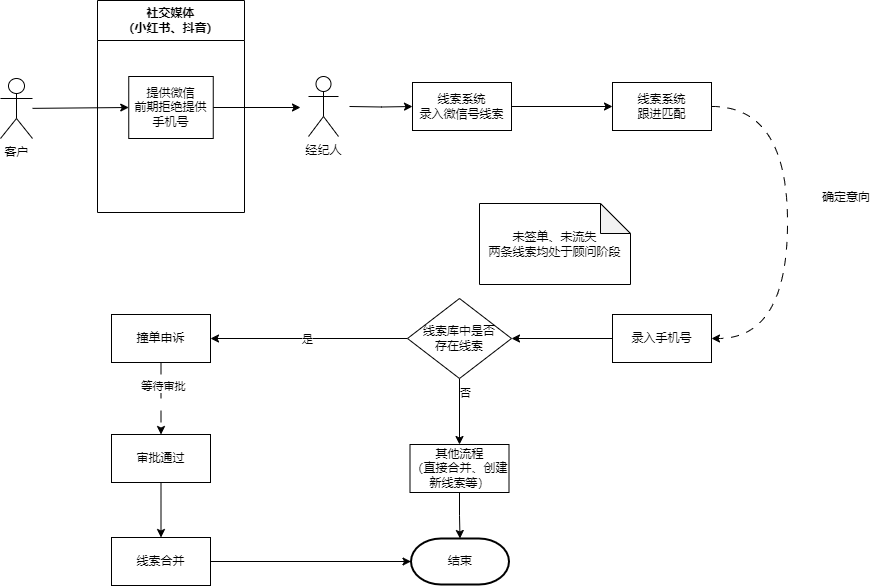
anze1314/picture keeps this draw.io diagram as SCRM.drawio.png. Above is the earlier version. Source tidied: cells renumbered, new cells last; positions are measured from the earlier drawing's top-left corner, leaving out a move shared by most shapes.
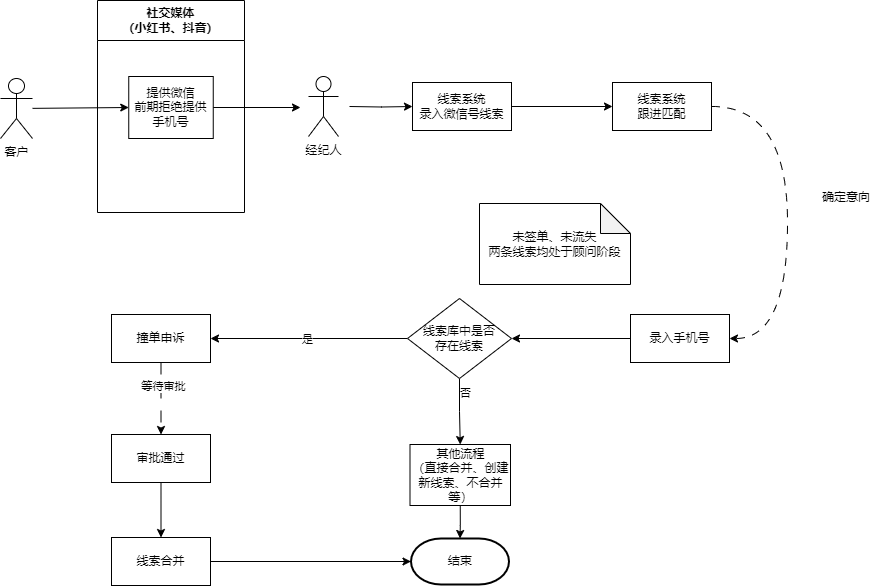
The same file after the commit.

Change to the diagram source:
```diff
@@ -48,7 +48,7 @@
       <mxGeometry relative="1" as="geometry" />
     </mxCell>
     <mxCell id="14" value="录入手机号" style="rounded=0;whiteSpace=wrap;html=1;" parent="1" vertex="1">
-      <mxGeometry x="612" y="314" width="99" height="48" as="geometry" />
+      <mxGeometry x="630" y="314" width="99" height="48" as="geometry" />
     </mxCell>
     <mxCell id="15" value="确定意向" style="text;html=1;strokeColor=none;fillColor=none;align=center;verticalAlign=middle;whiteSpace=wrap;rounded=0;" parent="1" vertex="1">
       <mxGeometry x="816" y="182" width="60" height="30" as="geometry" />
@@ -83,8 +83,8 @@
     <mxCell id="25" style="edgeStyle=orthogonalEdgeStyle;rounded=0;jettySize=auto;html=1;exitX=0.5;exitY=1;exitDx=0;exitDy=0;" parent="1" edge="1" source="26" target="27">
       <mxGeometry relative="1" as="geometry" />
     </mxCell>
-    <mxCell id="26" value="其他流程&lt;br&gt;（直接合并、创建新线索等）" style="rounded=0;whiteSpace=wrap;html=1;" parent="1" vertex="1">
-      <mxGeometry x="409.5" y="444" width="99" height="48" as="geometry" />
+    <mxCell id="26" value="其他流程&lt;br&gt;（直接合并、创建新线索、不合并等）" style="rounded=0;whiteSpace=wrap;html=1;" parent="1" vertex="1">
+      <mxGeometry x="409.5" y="444" width="100.5" height="61" as="geometry" />
     </mxCell>
     <mxCell id="27" value="结束" style="strokeWidth=2;html=1;shape=mxgraph.flowchart.terminator;whiteSpace=wrap;" parent="1" vertex="1">
       <mxGeometry x="410.5" y="538" width="98" height="46" as="geometry" />
```
